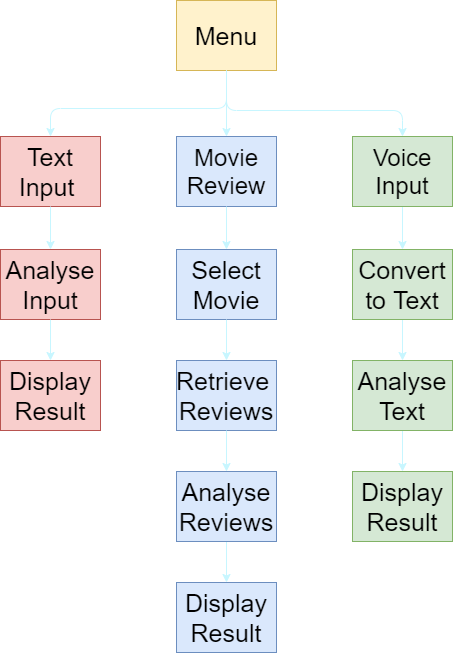
Above: sentiment_analysis/src/Images/flowDiagram.png in krshnknsr21/Sentiment-Analysis (draw.io), before the change. Source tidied: cells renumbered, new cells last; positions are measured from the earlier drawing's top-left corner, leaving out a move shared by most shapes.
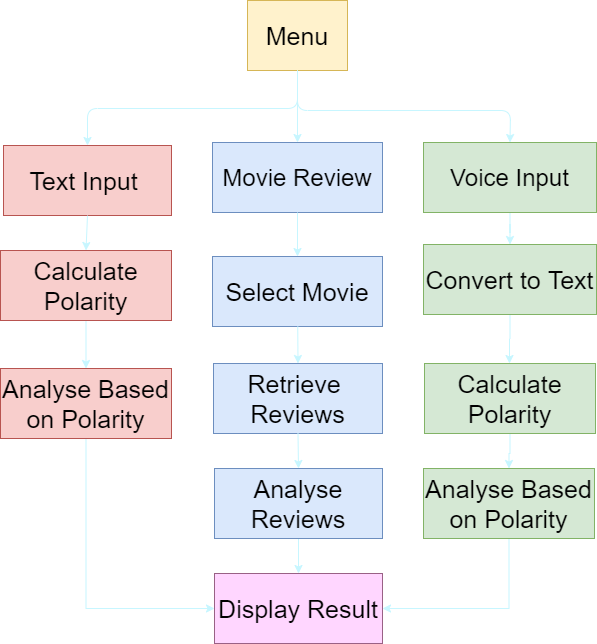
The same file after the commit.

Commit message:
Flow Diagram

The edit, as a diff of the source:
```diff
@@ -6,22 +6,22 @@
       <mxGeometry x="176" width="100" height="70" as="geometry" />
     </mxCell>
     <mxCell id="3" value="&lt;span style=&quot;font-size: 24px&quot;&gt;Movie Review&lt;/span&gt;" style="text;html=1;strokeColor=#6c8ebf;fillColor=#dae8fc;align=center;verticalAlign=middle;whiteSpace=wrap;rounded=0;" parent="1" vertex="1">
-      <mxGeometry x="176" y="136" width="100" height="70" as="geometry" />
+      <mxGeometry x="141" y="142" width="170" height="70" as="geometry" />
     </mxCell>
     <mxCell id="4" style="edgeStyle=orthogonalEdgeStyle;rounded=0;jettySize=auto;html=1;strokeColor=#C7F6FF;" parent="1" edge="1" source="5" target="12">
       <mxGeometry relative="1" as="geometry" />
     </mxCell>
     <mxCell id="5" value="&lt;span style=&quot;font-size: 24px&quot;&gt;Voice Input&lt;/span&gt;" style="text;html=1;strokeColor=#82b366;fillColor=#d5e8d4;align=center;verticalAlign=middle;whiteSpace=wrap;rounded=0;" parent="1" vertex="1">
-      <mxGeometry x="352" y="136" width="100" height="70" as="geometry" />
+      <mxGeometry x="352" y="142" width="173" height="70" as="geometry" />
     </mxCell>
     <mxCell id="6" value="&lt;font style=&quot;font-size: 25px&quot;&gt;Text Input&amp;nbsp;&lt;/font&gt;" style="text;html=1;strokeColor=#b85450;fillColor=#f8cecc;align=center;verticalAlign=middle;whiteSpace=wrap;rounded=0;" parent="1" vertex="1">
-      <mxGeometry y="136" width="100" height="70" as="geometry" />
+      <mxGeometry x="-68" y="145" width="168" height="70" as="geometry" />
     </mxCell>
     <mxCell id="7" style="endArrow=classic;html=1;entryX=0.5;entryY=0;entryDx=0;entryDy=0;exitX=0.5;exitY=1;exitDx=0;exitDy=0;strokeColor=#C7F6FF;" parent="1" edge="1" source="2" target="6">
       <mxGeometry relative="1" as="geometry">
         <Array as="points">
           <mxPoint x="226" y="108" />
-          <mxPoint x="50" y="108" />
+          <mxPoint x="16" y="108" />
         </Array>
       </mxGeometry>
     </mxCell>
@@ -32,52 +32,45 @@
       <mxGeometry relative="1" as="geometry">
         <Array as="points">
           <mxPoint x="226" y="110" />
-          <mxPoint x="402" y="110" />
+          <mxPoint x="439" y="110" />
         </Array>
       </mxGeometry>
     </mxCell>
+    <mxCell id="27" style="edgeStyle=orthogonalEdgeStyle;rounded=0;jettySize=auto;html=1;entryX=0;entryY=0.5;entryDx=0;entryDy=0;exitX=0.5;exitY=1;exitDx=0;exitDy=0;strokeColor=#C7F6FF;" parent="1" edge="1" source="10" target="21">
+      <mxGeometry relative="1" as="geometry" />
+    </mxCell>
-    <mxCell id="10" value="&lt;span style=&quot;font-size: 25px&quot;&gt;Analyse Input&lt;/span&gt;" style="text;html=1;strokeColor=#b85450;fillColor=#f8cecc;align=center;verticalAlign=middle;whiteSpace=wrap;rounded=0;" parent="1" vertex="1">
-      <mxGeometry y="249" width="100" height="70" as="geometry" />
+    <mxCell id="10" value="&lt;span style=&quot;font-size: 25px&quot;&gt;Analyse Based on Polarity&lt;/span&gt;" style="text;html=1;strokeColor=#b85450;fillColor=#f8cecc;align=center;verticalAlign=middle;whiteSpace=wrap;rounded=0;" parent="1" vertex="1">
+      <mxGeometry x="-71" y="368" width="171" height="70" as="geometry" />
     </mxCell>
-    <mxCell id="11" style="edgeStyle=orthogonalEdgeStyle;rounded=0;jettySize=auto;html=1;strokeColor=#C7F6FF;" parent="1" edge="1" source="12" target="17">
-      <mxGeometry relative="1" as="geometry" />
+    <mxCell id="11" style="edgeStyle=orthogonalEdgeStyle;rounded=0;jettySize=auto;html=1;strokeColor=#C7F6FF;" parent="1" edge="1" source="12">
+      <mxGeometry relative="1" as="geometry">
+        <mxPoint x="438" y="363" as="targetPoint" />
+      </mxGeometry>
     </mxCell>
     <mxCell id="12" value="&lt;span style=&quot;font-size: 25px&quot;&gt;Convert to Text&lt;/span&gt;" style="text;html=1;strokeColor=#82b366;fillColor=#d5e8d4;align=center;verticalAlign=middle;whiteSpace=wrap;rounded=0;" parent="1" vertex="1">
-      <mxGeometry x="352" y="249" width="100" height="70" as="geometry" />
+      <mxGeometry x="352" y="244" width="173" height="70" as="geometry" />
     </mxCell>
     <mxCell id="13" value="&lt;span style=&quot;font-size: 25px&quot;&gt;Select Movie&lt;/span&gt;" style="text;html=1;strokeColor=#6c8ebf;fillColor=#dae8fc;align=center;verticalAlign=middle;whiteSpace=wrap;rounded=0;" parent="1" vertex="1">
-      <mxGeometry x="176" y="249" width="100" height="70" as="geometry" />
+      <mxGeometry x="141" y="256" width="170" height="70" as="geometry" />
     </mxCell>
-    <mxCell id="14" value="&lt;span style=&quot;font-size: 25px&quot;&gt;Display Result&lt;/span&gt;" style="text;html=1;strokeColor=#b85450;fillColor=#f8cecc;align=center;verticalAlign=middle;whiteSpace=wrap;rounded=0;" parent="1" vertex="1">
-      <mxGeometry y="360" width="100" height="70" as="geometry" />
-    </mxCell>
     <mxCell id="15" value="&lt;span style=&quot;font-size: 25px&quot;&gt;Retrieve&amp;nbsp;&lt;br&gt;Reviews&lt;br&gt;&lt;/span&gt;" style="text;html=1;strokeColor=#6c8ebf;fillColor=#dae8fc;align=center;verticalAlign=middle;whiteSpace=wrap;rounded=0;" parent="1" vertex="1">
-      <mxGeometry x="176" y="360" width="100" height="70" as="geometry" />
+      <mxGeometry x="142" y="363" width="169" height="70" as="geometry" />
     </mxCell>
-    <mxCell id="16" style="edgeStyle=orthogonalEdgeStyle;rounded=0;jettySize=auto;html=1;strokeColor=#C7F6FF;" parent="1" edge="1" source="17" target="20">
+    <mxCell id="16" style="edgeStyle=orthogonalEdgeStyle;rounded=0;jettySize=auto;html=1;strokeColor=#C7F6FF;entryX=1;entryY=0.5;entryDx=0;entryDy=0;exitX=0.5;exitY=1;exitDx=0;exitDy=0;" parent="1" edge="1" source="30" target="21">
       <mxGeometry relative="1" as="geometry" />
     </mxCell>
-    <mxCell id="17" value="&lt;span style=&quot;font-size: 25px&quot;&gt;Analyse Text&lt;/span&gt;" style="text;html=1;strokeColor=#82b366;fillColor=#d5e8d4;align=center;verticalAlign=middle;whiteSpace=wrap;rounded=0;" parent="1" vertex="1">
-      <mxGeometry x="352" y="360" width="100" height="70" as="geometry" />
-    </mxCell>
     <mxCell id="18" style="edgeStyle=orthogonalEdgeStyle;rounded=0;jettySize=auto;html=1;strokeColor=#C7F6FF;" parent="1" edge="1" source="19" target="21">
       <mxGeometry relative="1" as="geometry" />
     </mxCell>
     <mxCell id="19" value="&lt;span style=&quot;font-size: 25px&quot;&gt;Analyse Reviews&lt;/span&gt;" style="text;html=1;strokeColor=#6c8ebf;fillColor=#dae8fc;align=center;verticalAlign=middle;whiteSpace=wrap;rounded=0;" parent="1" vertex="1">
-      <mxGeometry x="176" y="471" width="100" height="70" as="geometry" />
+      <mxGeometry x="143" y="468" width="168" height="70" as="geometry" />
     </mxCell>
-    <mxCell id="20" value="&lt;span style=&quot;font-size: 25px&quot;&gt;Display Result&lt;/span&gt;" style="text;html=1;strokeColor=#82b366;fillColor=#d5e8d4;align=center;verticalAlign=middle;whiteSpace=wrap;rounded=0;" parent="1" vertex="1">
-      <mxGeometry x="352" y="471" width="100" height="70" as="geometry" />
-    </mxCell>
-    <mxCell id="21" value="&lt;span style=&quot;font-size: 25px&quot;&gt;Display Result&lt;/span&gt;" style="text;html=1;strokeColor=#6c8ebf;fillColor=#dae8fc;align=center;verticalAlign=middle;whiteSpace=wrap;rounded=0;" parent="1" vertex="1">
-      <mxGeometry x="176" y="582" width="100" height="70" as="geometry" />
+    <mxCell id="21" value="&lt;span style=&quot;font-size: 25px&quot;&gt;Display Result&lt;/span&gt;" style="text;html=1;align=center;verticalAlign=middle;whiteSpace=wrap;rounded=0;strokeColor=#996185;fillColor=#FFD6FF;" parent="1" vertex="1">
+      <mxGeometry x="143" y="573" width="168" height="70" as="geometry" />
     </mxCell>
-    <mxCell id="22" style="endArrow=classic;html=1;exitX=0.5;exitY=1;exitDx=0;exitDy=0;entryX=0.5;entryY=0;entryDx=0;entryDy=0;strokeColor=#C7F6FF;" parent="1" edge="1" source="6" target="10">
+    <mxCell id="22" style="endArrow=classic;html=1;exitX=0.5;exitY=1;exitDx=0;exitDy=0;entryX=0.5;entryY=0;entryDx=0;entryDy=0;strokeColor=#C7F6FF;" parent="1" edge="1" source="6" target="29">
       <mxGeometry relative="1" as="geometry" />
     </mxCell>
-    <mxCell id="23" style="endArrow=classic;html=1;exitX=0.5;exitY=1;exitDx=0;exitDy=0;entryX=0.5;entryY=0;entryDx=0;entryDy=0;strokeColor=#C7F6FF;" parent="1" edge="1" source="10" target="14">
-      <mxGeometry relative="1" as="geometry" />
-    </mxCell>
     <mxCell id="24" style="endArrow=classic;html=1;entryX=0.5;entryY=0;entryDx=0;entryDy=0;strokeColor=#C7F6FF;" parent="1" edge="1" source="13" target="15">
       <mxGeometry relative="1" as="geometry" />
     </mxCell>
@@ -87,5 +80,20 @@
     <mxCell id="26" style="endArrow=classic;html=1;entryX=0.5;entryY=0;entryDx=0;entryDy=0;exitX=0.5;exitY=1;exitDx=0;exitDy=0;strokeColor=#C7F6FF;" parent="1" edge="1" source="15" target="19">
       <mxGeometry relative="1" as="geometry" />
     </mxCell>
+    <mxCell id="28" style="edgeStyle=orthogonalEdgeStyle;rounded=0;jettySize=auto;html=1;strokeColor=#C7F6FF;" parent="1" edge="1" source="29" target="10">
+      <mxGeometry relative="1" as="geometry" />
+    </mxCell>
+    <mxCell id="29" value="&lt;span style=&quot;font-size: 25px&quot;&gt;Calculate Polarity&lt;/span&gt;" style="text;html=1;strokeColor=#b85450;fillColor=#f8cecc;align=center;verticalAlign=middle;whiteSpace=wrap;rounded=0;" parent="1" vertex="1">
+      <mxGeometry x="-71" y="250" width="171" height="70" as="geometry" />
+    </mxCell>
+    <mxCell id="30" value="&lt;span style=&quot;font-size: 25px&quot;&gt;Analyse Based on Polarity&lt;/span&gt;" style="text;html=1;strokeColor=#82b366;fillColor=#d5e8d4;align=center;verticalAlign=middle;whiteSpace=wrap;rounded=0;" parent="1" vertex="1">
+      <mxGeometry x="352" y="468" width="171" height="70" as="geometry" />
+    </mxCell>
+    <mxCell id="31" style="edgeStyle=orthogonalEdgeStyle;rounded=0;jettySize=auto;html=1;strokeColor=#C7F6FF;" parent="1" edge="1" source="32" target="30">
+      <mxGeometry relative="1" as="geometry" />
+    </mxCell>
+    <mxCell id="32" value="&lt;span style=&quot;font-size: 25px&quot;&gt;Calculate Polarity&lt;/span&gt;" style="text;html=1;strokeColor=#82b366;fillColor=#d5e8d4;align=center;verticalAlign=middle;whiteSpace=wrap;rounded=0;" parent="1" vertex="1">
+      <mxGeometry x="353" y="363" width="171" height="70" as="geometry" />
+    </mxCell>
   </root>
 </mxGraphModel>
```
